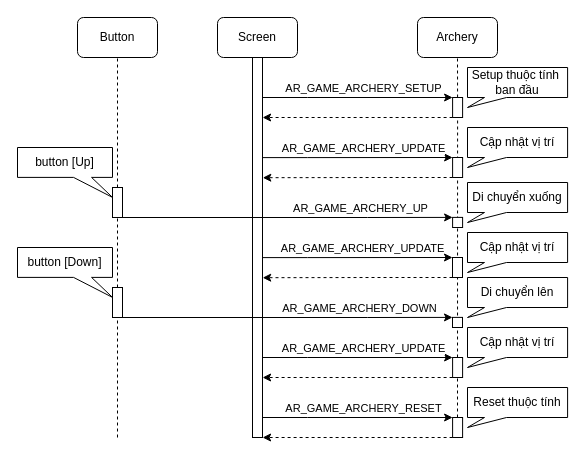
Before: page "Page-2" (2 of 2) of archery_sequence.drawio in QuocBuu/drawio, a draw.io diagram. Source tidied: cells renumbered, new cells numbered last; positions are measured from the earlier drawing's top-left corner, leaving out a move shared by most shapes. Both pictures are drawn from the tidied source at 100%, with x=0, y=0 at pixel (17, 17).
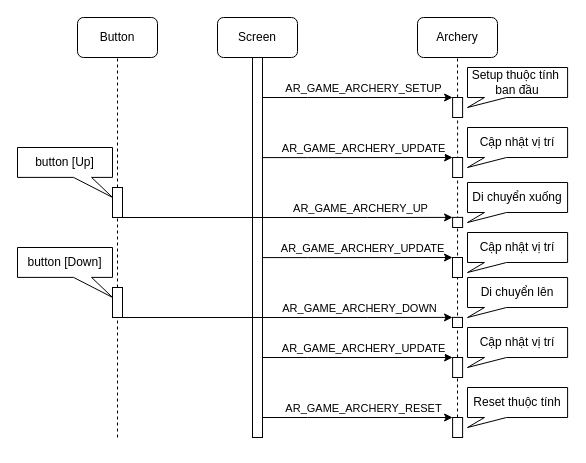
The same page after the edit.

Unchanged cells that the change refers to:
```xml
<mxCell id="13" style="rounded=0;whiteSpace=wrap;html=1;" parent="1" vertex="1">
  <mxGeometry x="435.1" y="80" width="10" height="20" as="geometry" />
</mxCell>
<mxCell id="19" style="rounded=0;whiteSpace=wrap;html=1;" parent="1" vertex="1">
  <mxGeometry x="435.1" y="140" width="10" height="20" as="geometry" />
</mxCell>
<mxCell id="23" style="rounded=0;whiteSpace=wrap;html=1;" parent="1" vertex="1">
  <mxGeometry x="435.1" y="340" width="10" height="20" as="geometry" />
</mxCell>
<mxCell id="32" style="rounded=0;whiteSpace=wrap;html=1;" parent="1" vertex="1">
  <mxGeometry x="435" y="240" width="10" height="20" as="geometry" />
</mxCell>
<mxCell id="39" style="rounded=0;whiteSpace=wrap;html=1;" parent="1" vertex="1">
  <mxGeometry x="435.1" y="400" width="10" height="20" as="geometry" />
</mxCell>
```

The edit, as a diff of the source:
```diff
@@
-    <mxCell id="12" style="edgeStyle=orthogonalEdgeStyle;rounded=0;jettySize=auto;html=1;exitX=0;exitY=1;exitDx=0;exitDy=0;entryX=1;entryY=0.147;entryDx=0;entryDy=0;entryPerimeter=0;dashed=1;" parent="1" edge="1" source="13">
-      <mxGeometry relative="1" as="geometry">
-        <mxPoint x="245.1" y="100" as="targetPoint" />
-        <Array as="points">
-          <mxPoint x="360.1" y="100" />
-          <mxPoint x="360.1" y="100" />
-        </Array>
-      </mxGeometry>
-    </mxCell>
@@
-    <mxCell id="18" style="edgeStyle=orthogonalEdgeStyle;rounded=0;jettySize=auto;html=1;exitX=0;exitY=1;exitDx=0;exitDy=0;dashed=1;entryX=1.019;entryY=0.324;entryDx=0;entryDy=0;entryPerimeter=0;" parent="1" edge="1" source="19">
-      <mxGeometry relative="1" as="geometry">
-        <mxPoint x="245.3" y="160.2" as="targetPoint" />
-        <Array as="points">
-          <mxPoint x="360.1" y="160" />
-        </Array>
-      </mxGeometry>
-    </mxCell>
@@
-    <mxCell id="22" style="edgeStyle=orthogonalEdgeStyle;rounded=0;jettySize=auto;html=1;exitX=0;exitY=1;exitDx=0;exitDy=0;dashed=1;entryX=1.019;entryY=0.324;entryDx=0;entryDy=0;entryPerimeter=0;" parent="1" edge="1" source="23">
-      <mxGeometry relative="1" as="geometry">
-        <mxPoint x="245.1" y="360" as="targetPoint" />
-        <Array as="points">
-          <mxPoint x="360.1" y="360" />
-        </Array>
-      </mxGeometry>
-    </mxCell>
@@
-    <mxCell id="31" style="edgeStyle=orthogonalEdgeStyle;rounded=0;jettySize=auto;html=1;exitX=0;exitY=1;exitDx=0;exitDy=0;dashed=1;entryX=1.019;entryY=0.324;entryDx=0;entryDy=0;entryPerimeter=0;" parent="1" edge="1" source="32">
-      <mxGeometry relative="1" as="geometry">
-        <mxPoint x="245.2" y="260.2" as="targetPoint" />
-        <Array as="points">
-          <mxPoint x="360" y="260" />
-        </Array>
-      </mxGeometry>
-    </mxCell>
@@
-    <mxCell id="38" style="edgeStyle=orthogonalEdgeStyle;rounded=0;jettySize=auto;html=1;exitX=0;exitY=1;exitDx=0;exitDy=0;dashed=1;entryX=1.019;entryY=0.324;entryDx=0;entryDy=0;entryPerimeter=0;" parent="1" edge="1" source="39">
-      <mxGeometry relative="1" as="geometry">
-        <mxPoint x="245.1" y="420" as="targetPoint" />
-        <Array as="points">
-          <mxPoint x="360.1" y="420" />
-        </Array>
-      </mxGeometry>
-    </mxCell>
```
